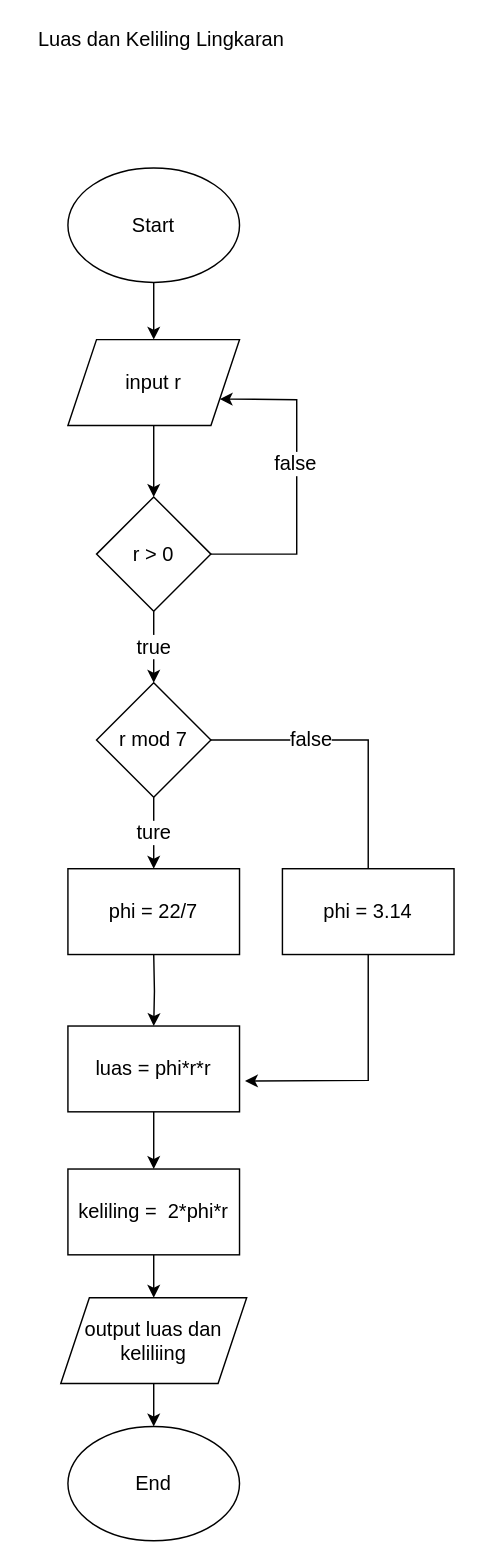
Before: luas keliling lingkaran.drawio in rintosaputro/fw5-algoritma, a draw.io diagram. Source tidied: cells renumbered, new cells numbered last; positions are measured from the earlier drawing's top-left corner, leaving out a move shared by most shapes. Both pictures are drawn from the tidied source at 143%, with x=0, y=0 at pixel (24, 24).
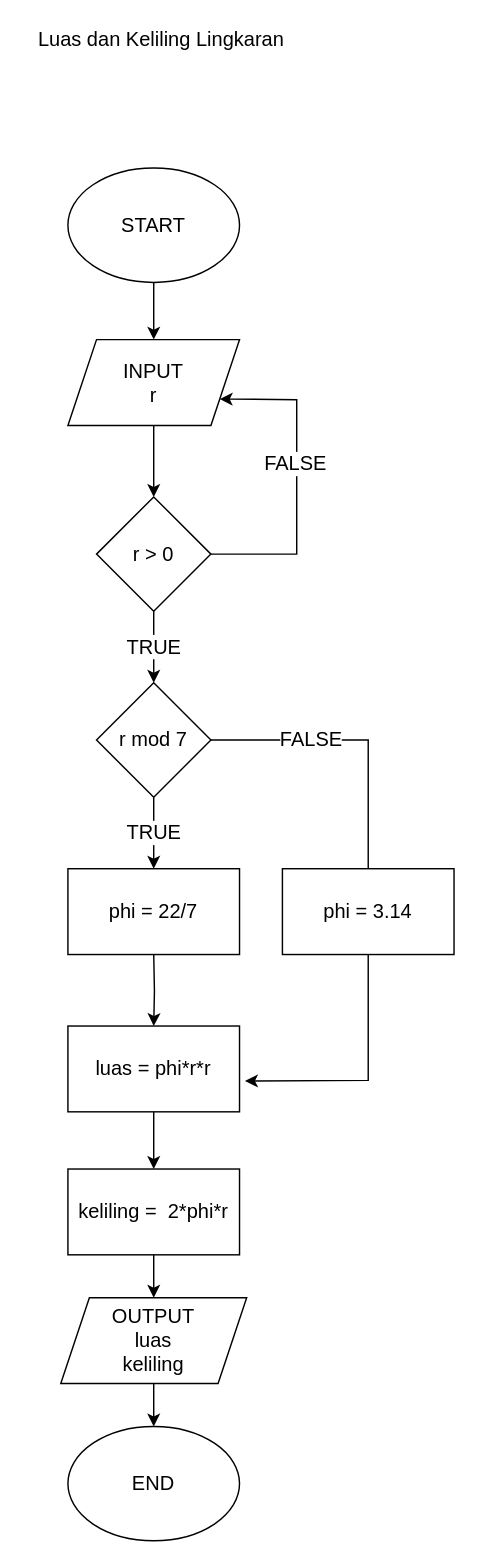
Above is the later version.

Unchanged cells that the change refers to:
```xml
<mxCell id="8" value="r &amp;gt; 0" style="rhombus;whiteSpace=wrap;html=1;fontSize=14;" parent="1" vertex="1">
  <mxGeometry x="50" y="330" width="80" height="80" as="geometry" />
</mxCell>
<mxCell id="10" value="r mod 7" style="rhombus;whiteSpace=wrap;html=1;fontSize=14;" parent="1" vertex="1">
  <mxGeometry x="50" y="460" width="80" height="80" as="geometry" />
</mxCell>
<mxCell id="21" style="endArrow=classic;html=1;rounded=0;fontSize=14;entryX=1;entryY=0.75;entryDx=0;entryDy=0;" parent="1" edge="1" target="6">
  <mxGeometry relative="1" as="geometry">
    <mxPoint x="130" y="370" as="sourcePoint" />
    <Array as="points">
      <mxPoint x="190" y="370" />
      <mxPoint x="190" y="262" />
    </Array>
  </mxGeometry>
</mxCell>
```

Diff of the diagram source:
```diff
@@
-    <mxCell id="4" value="Start" style="ellipse;whiteSpace=wrap;html=1;fontSize=14;" parent="1" vertex="1">
+    <mxCell id="4" value="START" style="ellipse;whiteSpace=wrap;html=1;fontSize=14;" parent="1" vertex="1">
       <mxGeometry x="30" y="100" width="120" height="80" as="geometry" />
     </mxCell>
@@
-    <mxCell id="6" value="input r" style="shape=parallelogram;perimeter=parallelogramPerimeter;whiteSpace=wrap;html=1;fixedSize=1;fontSize=14;" parent="1" vertex="1">
+    <mxCell id="6" value="INPUT&lt;br&gt;r" style="shape=parallelogram;perimeter=parallelogramPerimeter;whiteSpace=wrap;html=1;fixedSize=1;fontSize=14;" parent="1" vertex="1">
       <mxGeometry x="30" y="220" width="120" height="60" as="geometry" />
     </mxCell>
-    <mxCell id="7" value="true" style="edgeStyle=orthogonalEdgeStyle;rounded=0;jettySize=auto;html=1;fontSize=14;" parent="1" edge="1" source="8" target="10">
+    <mxCell id="7" value="TRUE" style="edgeStyle=orthogonalEdgeStyle;rounded=0;jettySize=auto;html=1;fontSize=14;" parent="1" edge="1" source="8" target="10">
       <mxGeometry relative="1" as="geometry" />
     </mxCell>
@@
-    <mxCell id="9" value="ture" style="edgeStyle=orthogonalEdgeStyle;rounded=0;jettySize=auto;html=1;fontSize=14;" parent="1" edge="1" source="10">
+    <mxCell id="9" value="TRUE" style="edgeStyle=orthogonalEdgeStyle;rounded=0;jettySize=auto;html=1;fontSize=14;" parent="1" edge="1" source="10">
       <mxGeometry relative="1" as="geometry">
         <mxPoint x="90" y="590" as="targetPoint" />
       </mxGeometry>
     </mxCell>
@@
-    <mxCell id="12" value="false" style="endArrow=none;html=1;rounded=0;fontSize=14;" parent="1" edge="1">
+    <mxCell id="12" value="FALSE" style="endArrow=none;html=1;rounded=0;fontSize=14;" parent="1" edge="1">
       <mxGeometry x="-0.3" relative="1" as="geometry">
         <mxPoint x="130" y="500" as="sourcePoint" />
         <mxPoint x="240" y="590" as="targetPoint" />
         <Array as="points">
           <mxPoint x="240" y="500" />
           <mxPoint x="240" y="560" />
         </Array>
       </mxGeometry>
     </mxCell>
@@
-    <mxCell id="19" value="output luas dan keliliing" style="shape=parallelogram;perimeter=parallelogramPerimeter;whiteSpace=wrap;html=1;fixedSize=1;fontSize=14;" parent="1" vertex="1">
+    <mxCell id="19" value="OUTPUT&lt;br&gt;luas&lt;br&gt;keliling" style="shape=parallelogram;perimeter=parallelogramPerimeter;whiteSpace=wrap;html=1;fixedSize=1;fontSize=14;" parent="1" vertex="1">
       <mxGeometry x="25" y="890" width="130" height="60" as="geometry" />
     </mxCell>
-    <mxCell id="20" value="End" style="ellipse;whiteSpace=wrap;html=1;fontSize=14;" parent="1" vertex="1">
+    <mxCell id="20" value="END" style="ellipse;whiteSpace=wrap;html=1;fontSize=14;" parent="1" vertex="1">
       <mxGeometry x="30" y="980" width="120" height="80" as="geometry" />
     </mxCell>
@@
-    <mxCell id="22" value="false" style="edgeLabel;html=1;align=center;verticalAlign=middle;fontSize=14;" parent="21" vertex="1">
+    <mxCell id="22" value="FALSE" style="edgeLabel;html=1;align=center;verticalAlign=middle;fontSize=14;" parent="21" vertex="1">
       <mxGeometry x="0.12" y="2" relative="1" as="geometry" />
     </mxCell>
```
